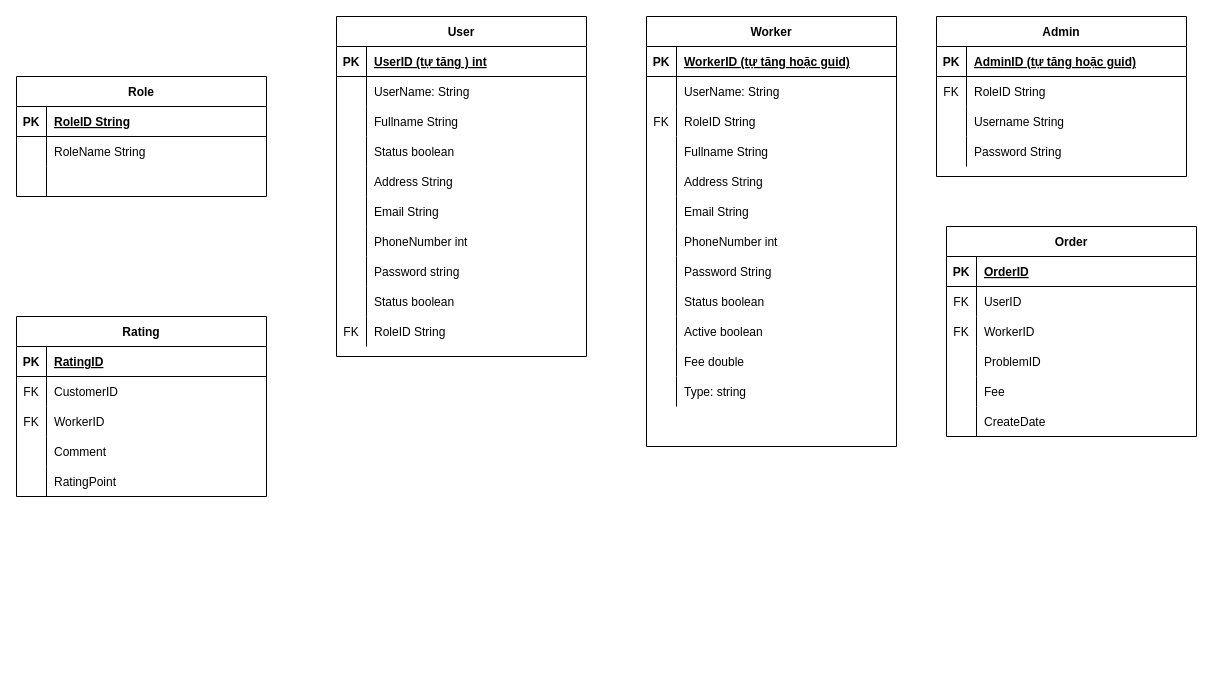
tan0976861/RepairHomeElectricsBooking keeps this draw.io diagram as Database_Version1.drawio. Above is the earlier version. Source tidied: cells renumbered, new cells numbered last; positions are measured from the earlier drawing's top-left corner, leaving out a move shared by most shapes. Both pictures are drawn from the tidied source at 100%, with x=0, y=0 at pixel (16, 16).
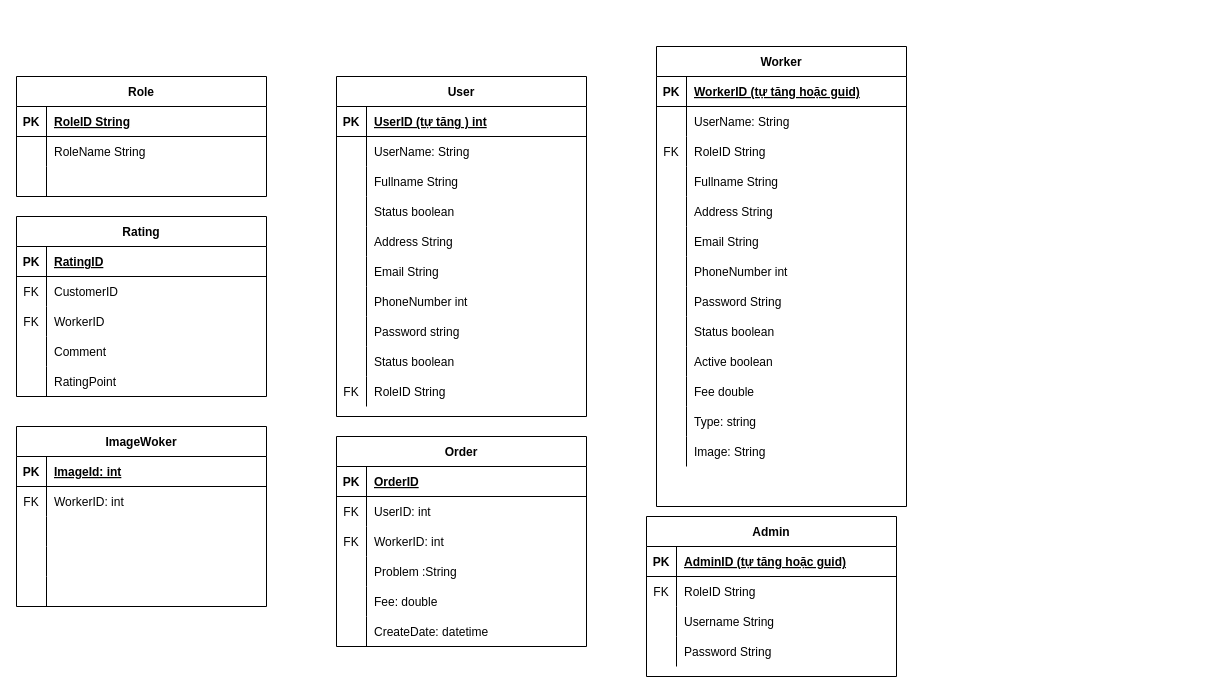
Above is the later version.

Unchanged cells that the change refers to:
```xml
<mxCell id="113" style="shape=partialRectangle;fillColor=none;top=0;left=0;right=0;bottom=0;" parent="109" vertex="1">
  <mxGeometry y="60" width="250" height="30" as="geometry" />
</mxCell>
<mxCell id="116" style="shape=partialRectangle;fillColor=none;top=0;left=0;right=0;bottom=0;" parent="109" vertex="1">
  <mxGeometry y="90" width="250" height="30" as="geometry" />
</mxCell>
<mxCell id="119" style="shape=partialRectangle;fillColor=none;top=0;left=0;right=0;bottom=0;" parent="109" vertex="1">
  <mxGeometry y="120" width="250" height="30" as="geometry" />
</mxCell>
<mxCell id="122" style="shape=partialRectangle;fillColor=none;top=0;left=0;right=0;bottom=0;" parent="109" vertex="1">
  <mxGeometry y="150" width="250" height="30" as="geometry" />
</mxCell>
<mxCell id="125" style="shape=partialRectangle;fillColor=none;top=0;left=0;right=0;bottom=0;" parent="109" vertex="1">
  <mxGeometry y="180" width="250" height="30" as="geometry" />
</mxCell>
```

What changed in the source:
```diff
@@
     <mxCell id="12" value="User" style="shape=table;startSize=30;childLayout=tableLayout;rowLines=0;fontStyle=1;align=center;" parent="1" vertex="1">
-      <mxGeometry x="320" width="250" height="340" as="geometry" />
+      <mxGeometry x="320" y="60" width="250" height="340" as="geometry" />
     </mxCell>
@@
     <mxCell id="43" value="Worker" style="shape=table;startSize=30;childLayout=tableLayout;rowLines=0;fontStyle=1;align=center;" parent="1" vertex="1">
-      <mxGeometry x="630" width="250" height="430" as="geometry" />
+      <mxGeometry x="640" y="30" width="250" height="460" as="geometry" />
     </mxCell>
@@
+    <mxCell id="128" style="shape=partialRectangle;fillColor=none;top=0;left=0;right=0;bottom=0;" parent="43" vertex="1">
+      <mxGeometry y="390" width="250" height="30" as="geometry" />
+    </mxCell>
+    <mxCell id="129" style="shape=partialRectangle;overflow=hidden;fillColor=none;top=0;left=0;bottom=0;right=0;" parent="128" vertex="1">
+      <mxGeometry width="30" height="30" as="geometry" />
+    </mxCell>
+    <mxCell id="130" value="Image: String" style="shape=partialRectangle;overflow=hidden;fillColor=none;top=0;left=0;bottom=0;right=0;align=left;spacingLeft=6;" parent="128" vertex="1">
+      <mxGeometry x="30" width="220" height="30" as="geometry" />
+    </mxCell>
     <mxCell id="80" value="Admin" style="shape=table;startSize=30;childLayout=tableLayout;rowLines=0;fontStyle=1;align=center;" parent="1" vertex="1">
-      <mxGeometry x="920" width="250" height="160" as="geometry" />
+      <mxGeometry x="630" y="500" width="250" height="160" as="geometry" />
     </mxCell>
@@
     <mxCell id="93" value="Rating" style="shape=table;startSize=30;childLayout=tableLayout;rowLines=0;fontStyle=1;align=center;" parent="1" vertex="1">
-      <mxGeometry y="300" width="250" height="180" as="geometry" />
+      <mxGeometry y="200" width="250" height="180" as="geometry" />
     </mxCell>
@@
     <mxCell id="109" value="Order" style="shape=table;startSize=30;childLayout=tableLayout;rowLines=0;fontStyle=1;align=center;" parent="1" vertex="1">
-      <mxGeometry x="930" y="210" width="250" height="210" as="geometry" />
+      <mxGeometry x="320" y="420" width="250" height="210" as="geometry" />
     </mxCell>
@@
-    <mxCell id="115" value="UserID" style="shape=partialRectangle;overflow=hidden;fillColor=none;top=0;left=0;bottom=0;right=0;align=left;spacingLeft=6;" parent="113" vertex="1">
+    <mxCell id="115" value="UserID: int" style="shape=partialRectangle;overflow=hidden;fillColor=none;top=0;left=0;bottom=0;right=0;align=left;spacingLeft=6;" parent="113" vertex="1">
       <mxGeometry x="30" width="220" height="30" as="geometry" />
     </mxCell>
@@
-    <mxCell id="118" value="WorkerID" style="shape=partialRectangle;overflow=hidden;fillColor=none;top=0;left=0;bottom=0;right=0;align=left;spacingLeft=6;" parent="116" vertex="1">
+    <mxCell id="118" value="WorkerID: int" style="shape=partialRectangle;overflow=hidden;fillColor=none;top=0;left=0;bottom=0;right=0;align=left;spacingLeft=6;" parent="116" vertex="1">
       <mxGeometry x="30" width="220" height="30" as="geometry" />
     </mxCell>
@@
-    <mxCell id="121" value="ProblemID" style="shape=partialRectangle;overflow=hidden;fillColor=none;top=0;left=0;bottom=0;right=0;align=left;spacingLeft=6;" parent="119" vertex="1">
+    <mxCell id="121" value="Problem :String" style="shape=partialRectangle;overflow=hidden;fillColor=none;top=0;left=0;bottom=0;right=0;align=left;spacingLeft=6;" parent="119" vertex="1">
       <mxGeometry x="30" width="220" height="30" as="geometry" />
     </mxCell>
@@
-    <mxCell id="124" value="Fee" style="shape=partialRectangle;overflow=hidden;fillColor=none;top=0;left=0;bottom=0;right=0;align=left;spacingLeft=6;" parent="122" vertex="1">
+    <mxCell id="124" value="Fee: double" style="shape=partialRectangle;overflow=hidden;fillColor=none;top=0;left=0;bottom=0;right=0;align=left;spacingLeft=6;" parent="122" vertex="1">
       <mxGeometry x="30" width="220" height="30" as="geometry" />
     </mxCell>
@@
-    <mxCell id="127" value="CreateDate" style="shape=partialRectangle;overflow=hidden;fillColor=none;top=0;left=0;bottom=0;right=0;align=left;spacingLeft=6;" parent="125" vertex="1">
+    <mxCell id="127" value="CreateDate: datetime" style="shape=partialRectangle;overflow=hidden;fillColor=none;top=0;left=0;bottom=0;right=0;align=left;spacingLeft=6;" parent="125" vertex="1">
       <mxGeometry x="30" width="220" height="30" as="geometry" />
     </mxCell>
+    <mxCell id="131" value="ImageWoker" style="shape=table;startSize=30;childLayout=tableLayout;rowLines=0;fontStyle=1;align=center;" parent="1" vertex="1">
+      <mxGeometry y="410" width="250" height="180" as="geometry" />
+    </mxCell>
+    <mxCell id="132" style="shape=partialRectangle;fillColor=none;top=0;left=0;right=0;bottom=1;" parent="131" vertex="1">
+      <mxGeometry y="30" width="250" height="30" as="geometry" />
+    </mxCell>
+    <mxCell id="133" value="PK" style="shape=partialRectangle;overflow=hidden;fillColor=none;top=0;left=0;bottom=0;right=0;fontStyle=1;" parent="132" vertex="1">
+      <mxGeometry width="30" height="30" as="geometry" />
+    </mxCell>
+    <mxCell id="134" value="ImageId: int" style="shape=partialRectangle;overflow=hidden;fillColor=none;top=0;left=0;bottom=0;right=0;align=left;spacingLeft=6;fontStyle=5;" parent="132" vertex="1">
+      <mxGeometry x="30" width="220" height="30" as="geometry" />
+    </mxCell>
+    <mxCell id="135" style="shape=partialRectangle;fillColor=none;top=0;left=0;right=0;bottom=0;" parent="131" vertex="1">
+      <mxGeometry y="60" width="250" height="30" as="geometry" />
+    </mxCell>
+    <mxCell id="136" value="FK" style="shape=partialRectangle;overflow=hidden;fillColor=none;top=0;left=0;bottom=0;right=0;" parent="135" vertex="1">
+      <mxGeometry width="30" height="30" as="geometry" />
+    </mxCell>
+    <mxCell id="137" value="WorkerID: int" style="shape=partialRectangle;overflow=hidden;fillColor=none;top=0;left=0;bottom=0;right=0;align=left;spacingLeft=6;" parent="135" vertex="1">
+      <mxGeometry x="30" width="220" height="30" as="geometry" />
+    </mxCell>
+    <mxCell id="138" style="shape=partialRectangle;fillColor=none;top=0;left=0;right=0;bottom=0;" parent="131" vertex="1">
+      <mxGeometry y="90" width="250" height="30" as="geometry" />
+    </mxCell>
+    <mxCell id="139" style="shape=partialRectangle;overflow=hidden;fillColor=none;top=0;left=0;bottom=0;right=0;" parent="138" vertex="1">
+      <mxGeometry width="30" height="30" as="geometry" />
+    </mxCell>
+    <mxCell id="140" style="shape=partialRectangle;overflow=hidden;fillColor=none;top=0;left=0;bottom=0;right=0;align=left;spacingLeft=6;" parent="138" vertex="1">
+      <mxGeometry x="30" width="220" height="30" as="geometry" />
+    </mxCell>
+    <mxCell id="141" style="shape=partialRectangle;fillColor=none;top=0;left=0;right=0;bottom=0;" parent="131" vertex="1">
+      <mxGeometry y="120" width="250" height="30" as="geometry" />
+    </mxCell>
+    <mxCell id="142" style="shape=partialRectangle;overflow=hidden;fillColor=none;top=0;left=0;bottom=0;right=0;" parent="141" vertex="1">
+      <mxGeometry width="30" height="30" as="geometry" />
+    </mxCell>
+    <mxCell id="143" style="shape=partialRectangle;overflow=hidden;fillColor=none;top=0;left=0;bottom=0;right=0;align=left;spacingLeft=6;" parent="141" vertex="1">
+      <mxGeometry x="30" width="220" height="30" as="geometry" />
+    </mxCell>
+    <mxCell id="144" style="shape=partialRectangle;fillColor=none;top=0;left=0;right=0;bottom=0;" parent="131" vertex="1">
+      <mxGeometry y="150" width="250" height="30" as="geometry" />
+    </mxCell>
+    <mxCell id="145" style="shape=partialRectangle;overflow=hidden;fillColor=none;top=0;left=0;bottom=0;right=0;" parent="144" vertex="1">
+      <mxGeometry width="30" height="30" as="geometry" />
+    </mxCell>
+    <mxCell id="146" style="shape=partialRectangle;overflow=hidden;fillColor=none;top=0;left=0;bottom=0;right=0;align=left;spacingLeft=6;" parent="144" vertex="1">
+      <mxGeometry x="30" width="220" height="30" as="geometry" />
+    </mxCell>
```
